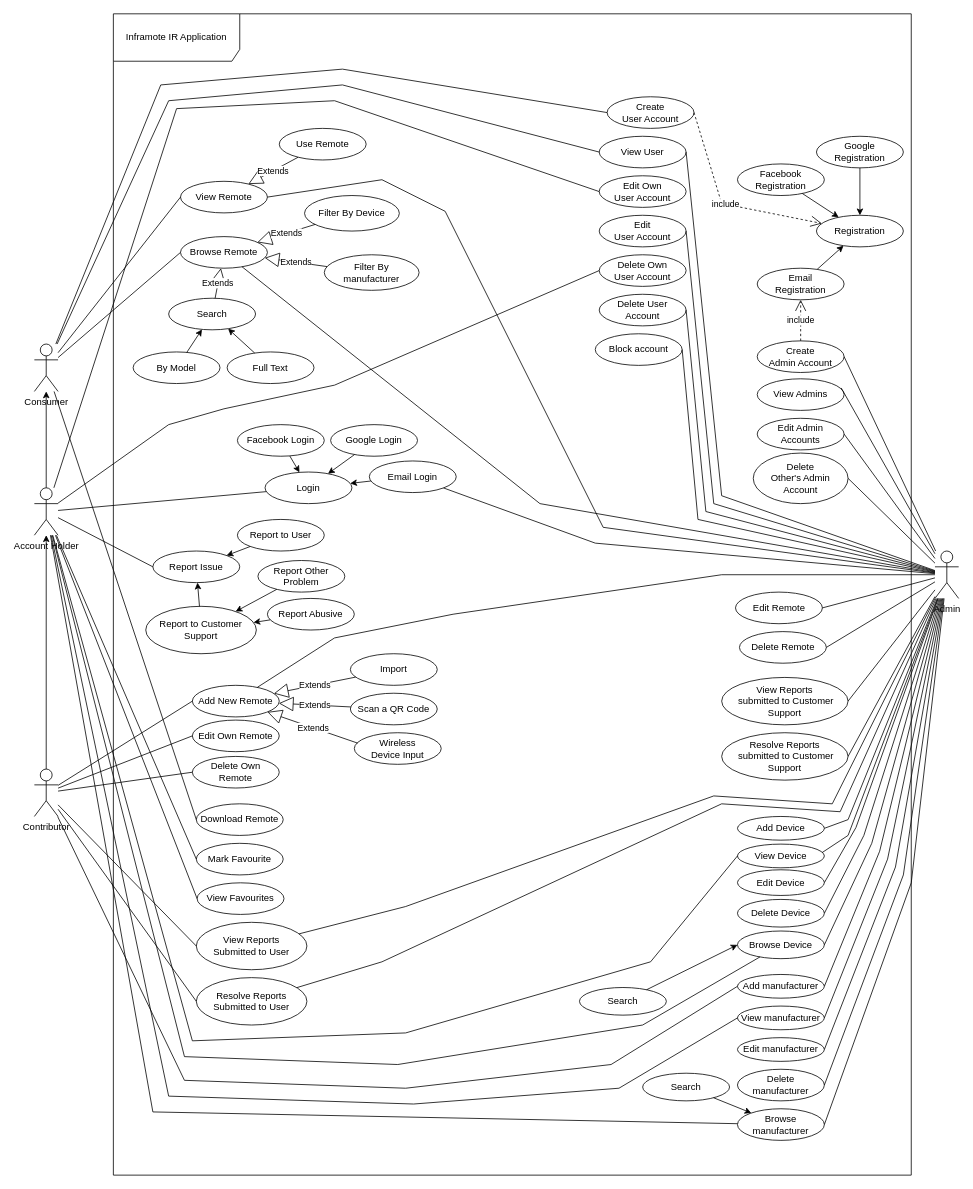
Earlier version of the draw.io diagram Requirements/Use Case Diagram.drawio (princebillygk/inframote-docs). Source tidied: cells renumbered, new cells numbered last; positions are measured from the earlier drawing's top-left corner, leaving out a move shared by most shapes. Both pictures are drawn from the tidied source at 79%, with x=0, y=0 at pixel (34, 13).
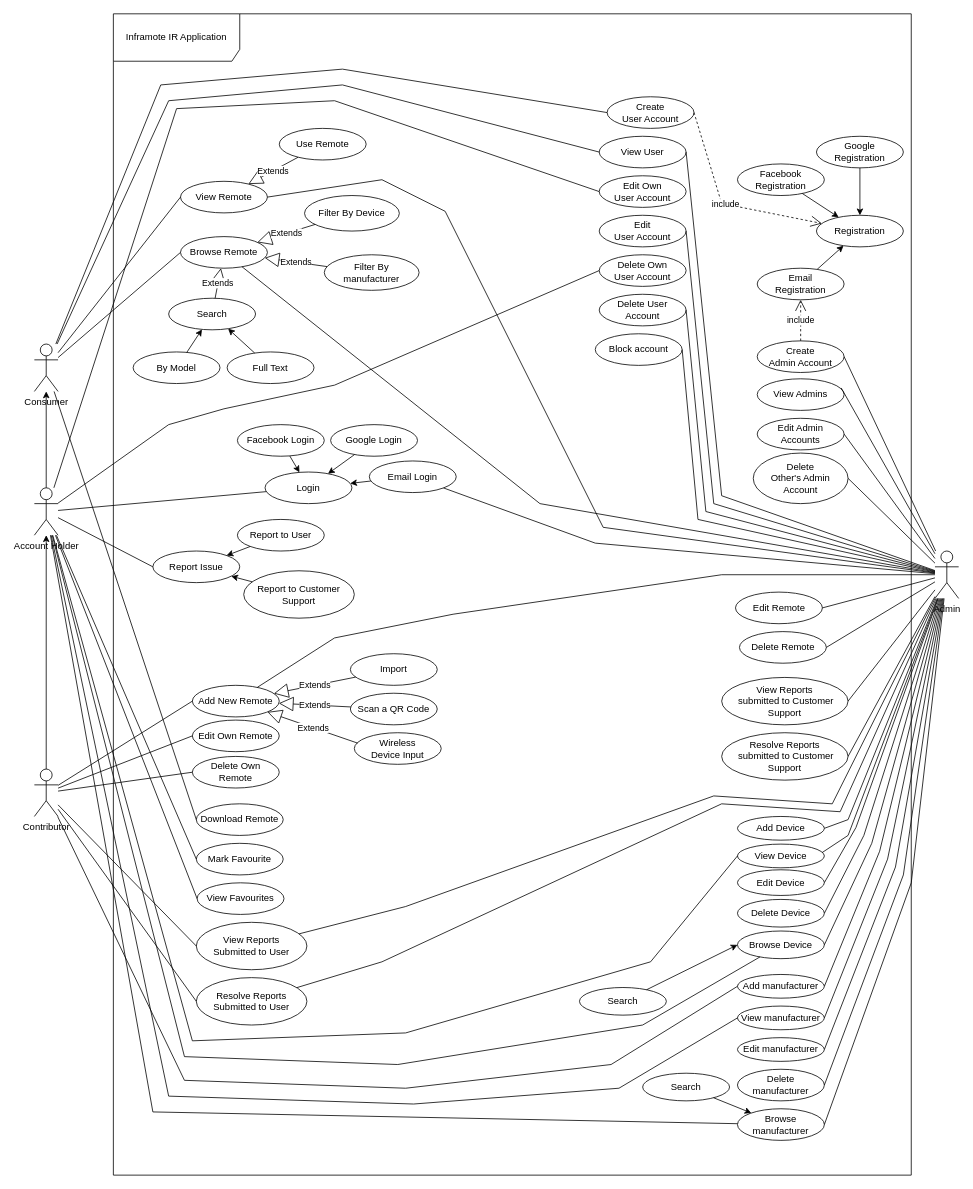
The same diagram, later.

Commit message (it also covers changes not shown here):
Working on wireframe

What changed in the source:
```diff
@@
-    <mxCell id="33" value="Report Abusive" style="ellipse;whiteSpace=wrap;html=1;" parent="1" vertex="1">
-      <mxGeometry x="295" y="740" width="110" height="40" as="geometry" />
-    </mxCell>
@@
-    <mxCell id="39" value="Report Other Problem" style="ellipse;whiteSpace=wrap;html=1;" parent="1" vertex="1">
-      <mxGeometry x="283" y="692" width="110" height="40" as="geometry" />
-    </mxCell>
@@
     <mxCell id="41" value="Report to Customer Support" style="ellipse;whiteSpace=wrap;html=1;" parent="1" vertex="1">
-      <mxGeometry x="141" y="750" width="140" height="60" as="geometry" />
+      <mxGeometry x="265" y="705" width="140" height="60" as="geometry" />
     </mxCell>
@@
-    <mxCell id="112" style="endArrow=classic;html=1;rounded=0;" parent="1" edge="1" source="33" target="41">
-      <mxGeometry relative="1" as="geometry" />
-    </mxCell>
@@
-    <mxCell id="118" style="endArrow=classic;html=1;rounded=0;" parent="1" edge="1" source="39" target="41">
-      <mxGeometry relative="1" as="geometry" />
-    </mxCell>
```
